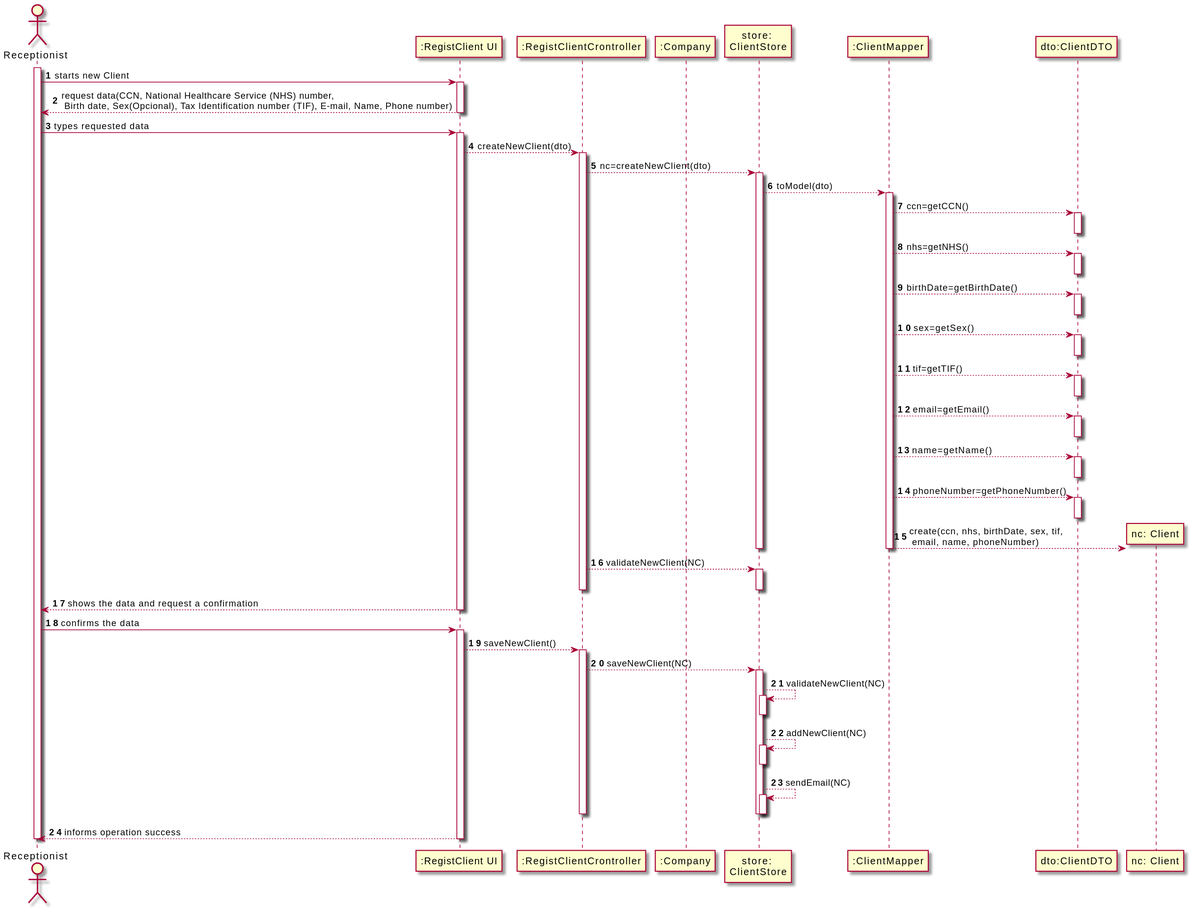
Above: docs/SprintB/US3_RegisterClient/US003_SD.svg in Pedromaia26/LAPR2-ISEP (PlantUML), before the change.
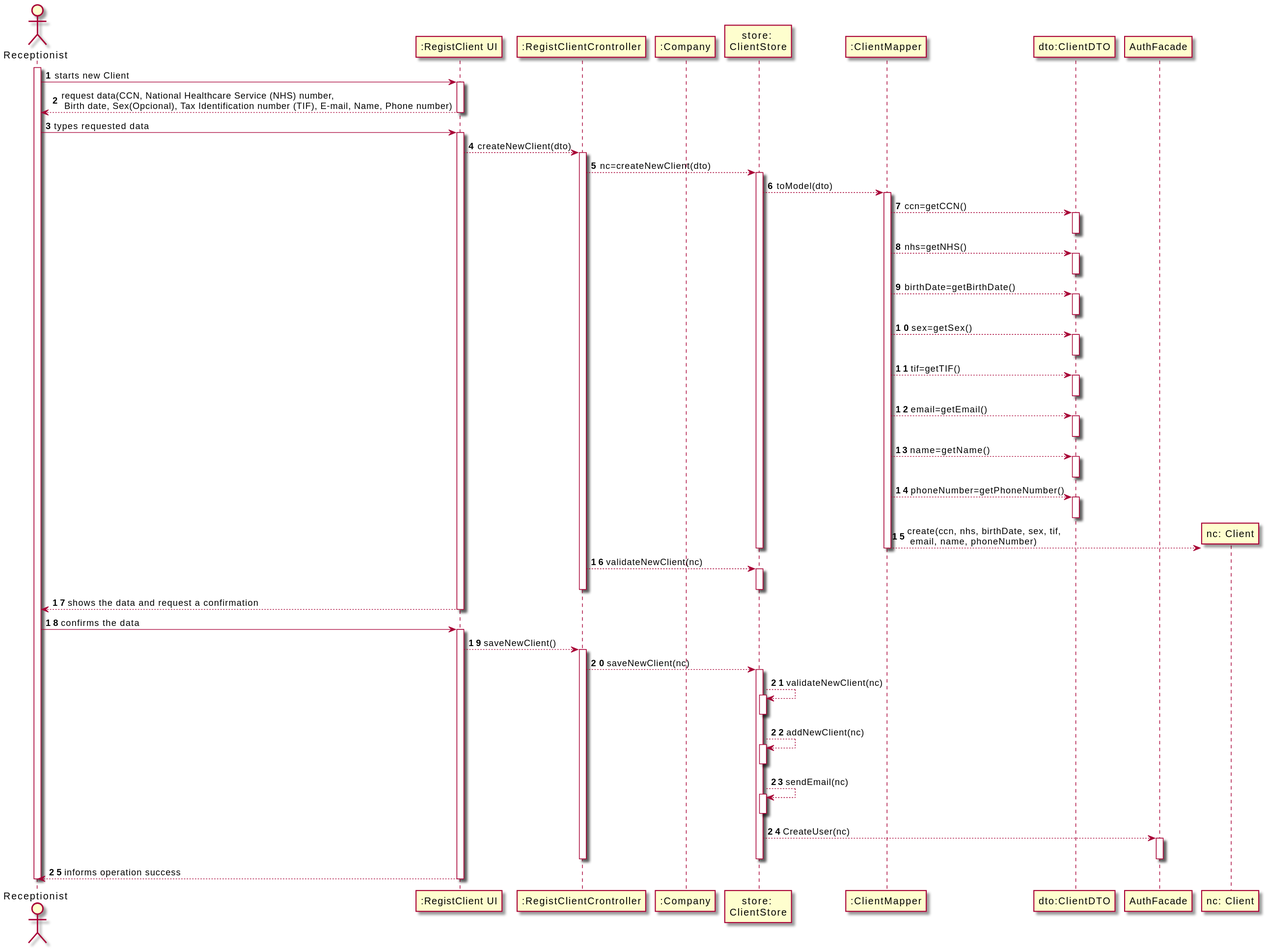
The same file after the commit.

The edit, as a diff of the source:
```diff
@@ -6,6 +6,7 @@
 participant "store: \nClientStore" as CS
 participant ":ClientMapper" as cm
 participant "dto:ClientDTO" as cdto
+participant "AuthFacade" as AF
 
 
 
@@ -65,7 +66,7 @@
 deactivate cm
 deactivate CS
 
-RCC-->CS:validateNewClient(NC)
+RCC-->CS:validateNewClient(nc)
 Activate CS
 deactivate CS
 
@@ -79,17 +80,20 @@
 activate System
 System-->RCC: saveNewClient()
 activate RCC
-RCC-->CS:saveNewClient(NC)
+RCC-->CS:saveNewClient(nc)
 activate CS
-CS-->CS:validateNewClient(NC)
+CS-->CS:validateNewClient(nc)
 activate CS
 deactivate CS
-CS-->CS:addNewClient(NC)
+CS-->CS:addNewClient(nc)
 activate CS
 deactivate CS
-CS-->CS:sendEmail(NC)
+CS-->CS:sendEmail(nc)
 activate CS
 deactivate CS
+CS-->AF:CreateUser(nc)
+activate AF
+deactivate AF
 deactivate CS
 deactivate ML
 deactivate RCC
```
